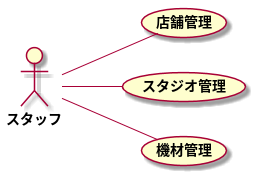
Above: modeling/04_BusinessUsecase_設備管理/BusinessUsecase.png in TakashiOnawa/ddd-practice-studio-reservation (PlantUML), before the change.
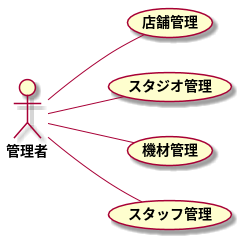
After the change.

Change to the diagram source:
```diff
@@ -2,10 +2,11 @@
 
 left to right direction
 
-actor スタッフ
+actor 管理者
 
-スタッフ -- (店舗管理)
-スタッフ -- (スタジオ管理)
-スタッフ -- (機材管理)
+管理者 -- (店舗管理)
+管理者 -- (スタジオ管理)
+管理者 -- (機材管理)
+管理者 -- (スタッフ管理)
 
 @enduml
```
